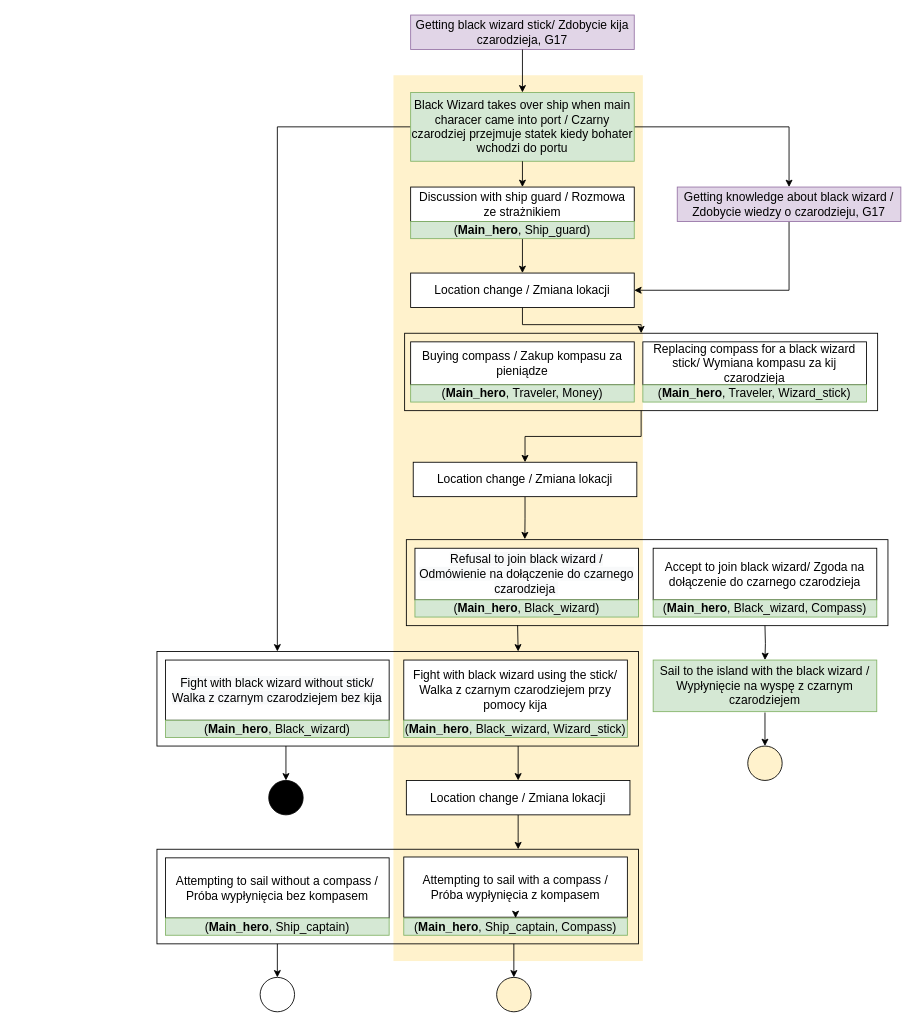
This is Misja-ksiezycowa.drawio from Matthmul/pwk, a draw.io file, before an edit. Source tidied: cells renumbered, new cells numbered last; positions are measured from the earlier drawing's top-left corner, leaving out a move shared by most shapes. Both pictures are drawn from the tidied source at 86%, with x=0, y=0 at pixel (157, 15).
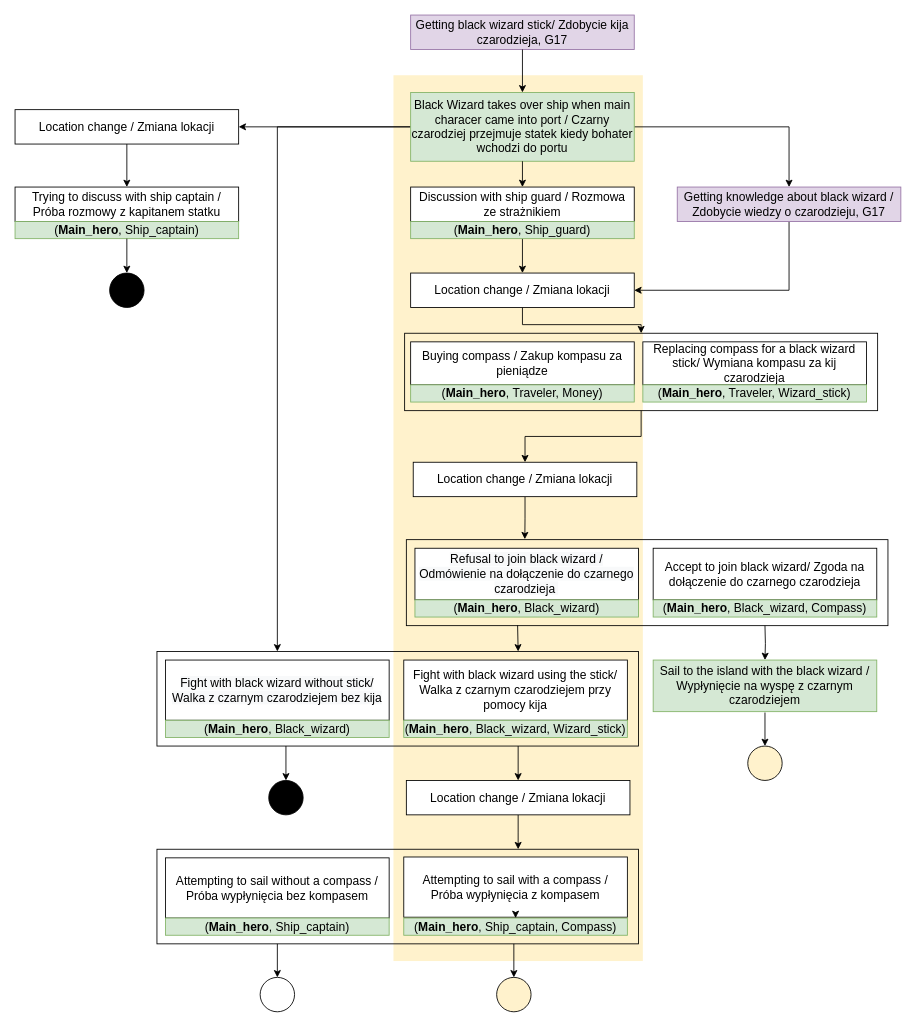
The same page after the edit.

The change refers to these unchanged cells:
```xml
<mxCell id="8" value="&lt;span style=&quot;font-family: &amp;#34;arial&amp;#34; ; font-size: 14px&quot;&gt;Black Wizard takes over ship when main characer came into port / Czarny czarodziej przejmuje statek kiedy bohater wchodzi do portu&lt;/span&gt;" style="rounded=0;whiteSpace=wrap;html=1;sketch=0;fillColor=#d5e8d4;strokeColor=#82b366;align=center;" parent="1" vertex="1">
  <mxGeometry x="295" y="90" width="260" height="80" as="geometry" />
</mxCell>
```

What changed in the source:
```diff
@@
+    <mxCell id="63" style="edgeStyle=orthogonalEdgeStyle;rounded=0;jettySize=auto;html=1;exitX=0;exitY=0.5;exitDx=0;exitDy=0;entryX=1;entryY=0.5;entryDx=0;entryDy=0;" parent="1" edge="1" source="8" target="65">
+      <mxGeometry relative="1" as="geometry" />
+    </mxCell>
@@
+    <mxCell id="64" style="edgeStyle=orthogonalEdgeStyle;rounded=0;jettySize=auto;html=1;exitX=0.5;exitY=1;exitDx=0;exitDy=0;entryX=0.5;entryY=0;entryDx=0;entryDy=0;" parent="1" edge="1" source="65" target="66">
+      <mxGeometry relative="1" as="geometry" />
+    </mxCell>
+    <mxCell id="65" value="&lt;span id=&quot;docs-internal-guid-4cfbbf0f-7fff-1ddc-6e00-4f36d3d0db7e&quot;&gt;&lt;span style=&quot;background-color: transparent ; vertical-align: baseline&quot;&gt;&lt;font&gt;&lt;font face=&quot;arial&quot;&gt;&lt;span style=&quot;font-size: 14px&quot;&gt;Location change / Zmiana lokacji&lt;/span&gt;&lt;/font&gt;&lt;br&gt;&lt;/font&gt;&lt;/span&gt;&lt;/span&gt;" style="rounded=0;whiteSpace=wrap;html=1;align=center;" parent="1" vertex="1">
+      <mxGeometry x="-165" y="110" width="260" height="40" as="geometry" />
+    </mxCell>
+    <mxCell id="66" value="&lt;font face=&quot;arial&quot;&gt;Trying to discuss with ship captain / Próba rozmowy z kapitanem statku&lt;br&gt;&lt;/font&gt;" style="rounded=0;whiteSpace=wrap;html=1;fillColor=#ffffff;fontSize=14;" parent="1" vertex="1">
+      <mxGeometry x="-165" y="200" width="260" height="40" as="geometry" />
+    </mxCell>
+    <mxCell id="67" value="&lt;font face=&quot;arial&quot;&gt;&lt;span style=&quot;font-size: 14px&quot;&gt;(&lt;/span&gt;&lt;/font&gt;&lt;span style=&quot;font-family: &amp;#34;arial&amp;#34; ; font-size: 14px&quot;&gt;&lt;b&gt;Main_hero&lt;/b&gt;, Ship_captain&lt;/span&gt;&lt;font face=&quot;arial&quot;&gt;&lt;span style=&quot;font-size: 14px&quot;&gt;)&lt;/span&gt;&lt;/font&gt;" style="rounded=0;whiteSpace=wrap;html=1;sketch=0;fillColor=#d5e8d4;strokeColor=#82b366;align=center;" parent="1" vertex="1">
+      <mxGeometry x="-165" y="240" width="260" height="20" as="geometry" />
+    </mxCell>
+    <mxCell id="68" style="rounded=0;jettySize=auto;html=1;exitX=0.25;exitY=1;exitDx=0;exitDy=0;entryX=0.25;entryY=0;entryDx=0;entryDy=0;fontSize=14;" parent="1" edge="1" source="66" target="67">
+      <mxGeometry relative="1" as="geometry" />
+    </mxCell>
+    <mxCell id="69" style="rounded=0;orthogonalLoop=1;jettySize=auto;html=1;exitX=0.25;exitY=1;exitDx=0;exitDy=0;entryX=0.25;entryY=0;entryDx=0;entryDy=0;fontSize=14;" parent="1" edge="1">
+      <mxGeometry relative="1" as="geometry">
+        <mxPoint x="-97" y="220" as="sourcePoint" />
+        <mxPoint x="-97" y="220" as="targetPoint" />
+      </mxGeometry>
+    </mxCell>
+    <mxCell id="70" style="rounded=0;jettySize=auto;html=1;fontSize=14;" parent="1" edge="1" target="71">
+      <mxGeometry relative="1" as="geometry">
+        <mxPoint x="-35" y="260" as="sourcePoint" />
+      </mxGeometry>
+    </mxCell>
+    <mxCell id="71" style="ellipse;whiteSpace=wrap;html=1;fontSize=14;align=center;fillColor=#000000;" parent="1" vertex="1">
+      <mxGeometry x="-55" y="300" width="40" height="40" as="geometry" />
+    </mxCell>
```
